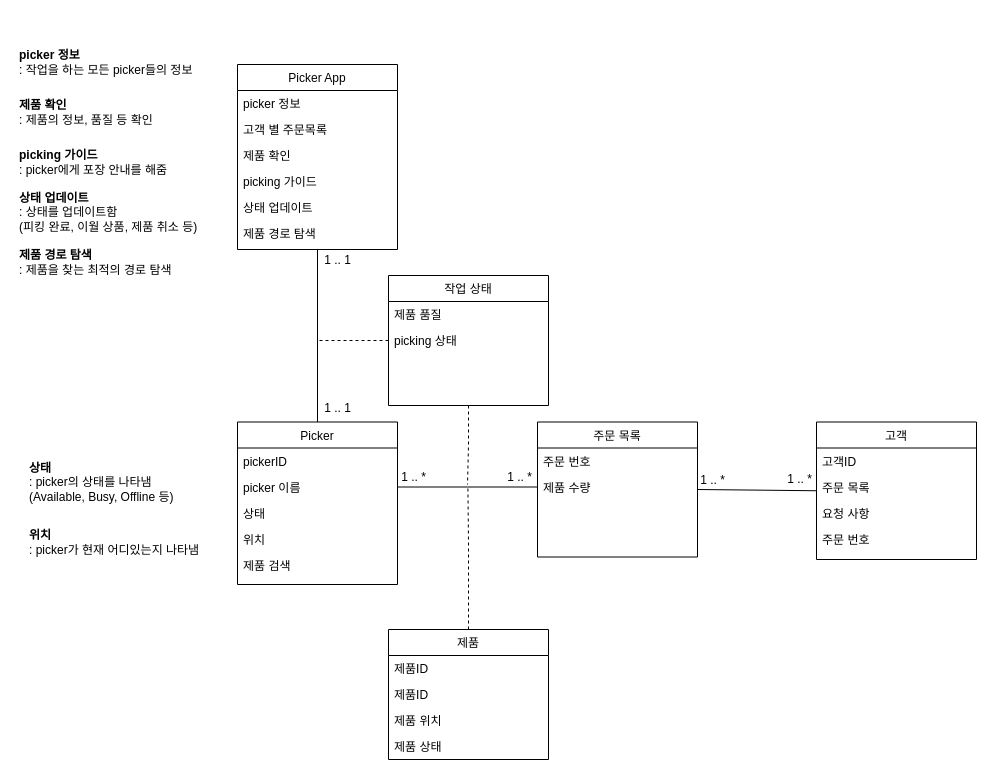
This is 시분설_6조_class_diagram.drawio from dbsrudrla/diagram, a draw.io file, before an edit. Source tidied: cells renumbered, new cells numbered last; positions are measured from the earlier drawing's top-left corner, leaving out a move shared by most shapes. Both pictures are drawn from the tidied source at 100%, with x=0, y=0 at pixel (17, 37).
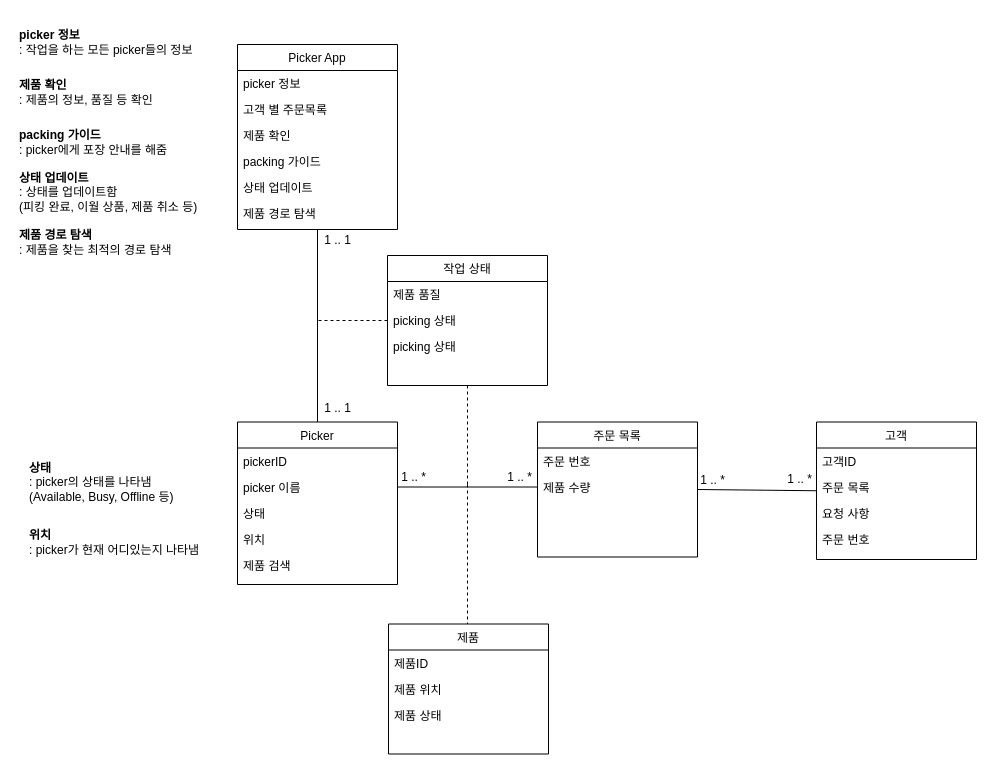
The same diagram, later.

Commit message:
시분설_6조_class_diagram.drawio 업데이트

The edit, as a diff of the source:
```diff
@@
     <mxCell id="10" value="Picker App" style="swimlane;fontStyle=0;align=center;verticalAlign=top;horizontal=1;startSize=26;rounded=0;shadow=0;strokeWidth=1;" parent="1" vertex="1">
-      <mxGeometry x="220" y="27" width="160" height="185" as="geometry" />
+      <mxGeometry x="220" y="7" width="160" height="185" as="geometry" />
     </mxCell>
@@
-    <mxCell id="14" value="picking 가이드" style="text;align=left;verticalAlign=top;spacingLeft=4;spacingRight=4;overflow=hidden;rounded=0;shadow=0;html=0;" parent="10" vertex="1">
+    <mxCell id="14" value="packing 가이드" style="text;align=left;verticalAlign=top;spacingLeft=4;spacingRight=4;overflow=hidden;rounded=0;shadow=0;html=0;" parent="10" vertex="1">
       <mxGeometry y="104" width="160" height="26" as="geometry" />
     </mxCell>
@@
     <mxCell id="17" value="&lt;b&gt;picker 정보&lt;/b&gt;&amp;nbsp;&lt;br&gt;: 작업을 하는 모든 picker들의 정보" style="text;html=1;strokeColor=none;fillColor=none;align=left;verticalAlign=middle;whiteSpace=wrap;rounded=0;" parent="1" vertex="1">
-      <mxGeometry width="201" height="50" as="geometry" />
+      <mxGeometry y="-20" width="201" height="50" as="geometry" />
     </mxCell>
@@
     <mxCell id="19" value="&lt;b&gt;제품 확인&lt;/b&gt;&amp;nbsp;&lt;br&gt;: 제품의 정보, 품질 등 확인" style="text;html=1;strokeColor=none;fillColor=none;align=left;verticalAlign=middle;whiteSpace=wrap;rounded=0;" parent="1" vertex="1">
-      <mxGeometry y="50" width="201" height="50" as="geometry" />
+      <mxGeometry y="30" width="201" height="50" as="geometry" />
     </mxCell>
-    <mxCell id="20" value="&lt;b&gt;picking 가이드&lt;/b&gt;&amp;nbsp;&lt;br&gt;: picker에게 포장 안내를 해줌" style="text;html=1;strokeColor=none;fillColor=none;align=left;verticalAlign=middle;whiteSpace=wrap;rounded=0;" parent="1" vertex="1">
-      <mxGeometry y="100" width="201" height="50" as="geometry" />
+    <mxCell id="20" value="&lt;b&gt;packing 가이드&lt;/b&gt;&amp;nbsp;&lt;br&gt;: picker에게 포장 안내를 해줌" style="text;html=1;strokeColor=none;fillColor=none;align=left;verticalAlign=middle;whiteSpace=wrap;rounded=0;" parent="1" vertex="1">
+      <mxGeometry y="80" width="201" height="50" as="geometry" />
     </mxCell>
+    <mxCell id="50" style="edgeStyle=orthogonalEdgeStyle;rounded=0;orthogonalLoop=1;jettySize=auto;html=1;entryX=0.5;entryY=0;entryDx=0;entryDy=0;endArrow=none;endFill=0;dashed=1;" parent="1" edge="1">
+      <mxGeometry relative="1" as="geometry">
+        <mxPoint x="450" y="447" as="sourcePoint" />
+        <mxPoint x="450" y="586.5" as="targetPoint" />
+      </mxGeometry>
+    </mxCell>
@@
     <mxCell id="24" style="edgeStyle=orthogonalEdgeStyle;rounded=0;jettySize=auto;html=1;exitX=0;exitY=0.5;exitDx=0;exitDy=0;dashed=1;endArrow=none;endFill=0;" parent="1" edge="1" source="26">
       <mxGeometry relative="1" as="geometry">
-        <mxPoint x="300" y="303" as="targetPoint" />
+        <mxPoint x="300" y="283" as="targetPoint" />
       </mxGeometry>
     </mxCell>
-    <mxCell id="25" style="edgeStyle=orthogonalEdgeStyle;rounded=0;jettySize=auto;html=1;exitX=0.5;exitY=1;exitDx=0;exitDy=0;dashed=1;endArrow=none;endFill=0;" parent="1" edge="1" source="26">
-      <mxGeometry relative="1" as="geometry">
-        <mxPoint x="450" y="447" as="targetPoint" />
-      </mxGeometry>
-    </mxCell>
+    <mxCell id="51" style="edgeStyle=orthogonalEdgeStyle;rounded=0;jettySize=auto;html=1;exitX=0.5;exitY=1;exitDx=0;exitDy=0;dashed=1;endArrow=none;endFill=0;" parent="1" edge="1" source="26">
+      <mxGeometry relative="1" as="geometry">
+        <mxPoint x="450" y="447" as="targetPoint" />
+      </mxGeometry>
+    </mxCell>
     <mxCell id="26" value="작업 상태" style="swimlane;fontStyle=0;align=center;verticalAlign=top;horizontal=1;startSize=26;rounded=0;shadow=0;strokeWidth=1;" parent="1" vertex="1">
-      <mxGeometry x="371" y="238" width="160" height="130" as="geometry" />
+      <mxGeometry x="370" y="218" width="160" height="130" as="geometry" />
     </mxCell>
@@
+    <mxCell id="52" value="picking 상태" style="text;align=left;verticalAlign=top;spacingLeft=4;spacingRight=4;overflow=hidden;rounded=0;shadow=0;html=0;" parent="26" vertex="1">
+      <mxGeometry y="52" width="160" height="26" as="geometry" />
+    </mxCell>
     <mxCell id="28" value="picking 상태" style="text;align=left;verticalAlign=top;spacingLeft=4;spacingRight=4;overflow=hidden;rounded=0;shadow=0;html=0;" parent="26" vertex="1">
-      <mxGeometry y="52" width="160" height="26" as="geometry" />
+      <mxGeometry y="78" width="160" height="26" as="geometry" />
     </mxCell>
@@
     <mxCell id="34" value="&lt;b&gt;상태 업데이트&lt;/b&gt;&lt;br&gt;: 상태를 업데이트함 &lt;br&gt;(피킹 완료, 이월 상품, 제품 취소 등)" style="text;html=1;strokeColor=none;fillColor=none;align=left;verticalAlign=middle;whiteSpace=wrap;rounded=0;" parent="1" vertex="1">
-      <mxGeometry y="150" width="201" height="50" as="geometry" />
+      <mxGeometry y="130" width="201" height="50" as="geometry" />
     </mxCell>
@@
-    <mxCell id="41" style="edgeStyle=orthogonalEdgeStyle;rounded=0;jettySize=auto;html=1;exitX=0.5;exitY=0;exitDx=0;exitDy=0;dashed=1;endArrow=none;endFill=0;" parent="1" edge="1" source="42">
-      <mxGeometry relative="1" as="geometry">
-        <mxPoint x="450.4" y="449" as="targetPoint" />
-        <Array as="points">
-          <mxPoint x="451" y="504" />
-          <mxPoint x="450" y="504" />
-        </Array>
-      </mxGeometry>
-    </mxCell>
     <mxCell id="42" value="제품" style="swimlane;fontStyle=0;align=center;verticalAlign=top;horizontal=1;startSize=26;rounded=0;shadow=0;strokeWidth=1;" parent="1" vertex="1">
-      <mxGeometry x="371" y="592" width="160" height="130" as="geometry" />
+      <mxGeometry x="371" y="586.5" width="160" height="130" as="geometry" />
     </mxCell>
@@
-    <mxCell id="44" value="제품ID" style="text;align=left;verticalAlign=top;spacingLeft=4;spacingRight=4;overflow=hidden;rounded=0;shadow=0;html=0;" parent="42" vertex="1">
-      <mxGeometry y="52" width="160" height="26" as="geometry" />
-    </mxCell>
     <mxCell id="45" value="제품 위치" style="text;align=left;verticalAlign=top;spacingLeft=4;spacingRight=4;overflow=hidden;rounded=0;shadow=0;html=0;" parent="42" vertex="1">
-      <mxGeometry y="78" width="160" height="26" as="geometry" />
+      <mxGeometry y="52" width="160" height="26" as="geometry" />
     </mxCell>
     <mxCell id="46" value="제품 상태" style="text;align=left;verticalAlign=top;spacingLeft=4;spacingRight=4;overflow=hidden;rounded=0;shadow=0;html=0;" parent="42" vertex="1">
-      <mxGeometry y="104" width="160" height="26" as="geometry" />
+      <mxGeometry y="78" width="160" height="26" as="geometry" />
     </mxCell>
     <mxCell id="47" value="1 .. 1" style="text;html=1;align=center;verticalAlign=middle;strokeColor=none;fillColor=none;" parent="1" vertex="1">
-      <mxGeometry x="295" y="208" width="50" height="30" as="geometry" />
+      <mxGeometry x="295" y="188" width="50" height="30" as="geometry" />
     </mxCell>
@@
     <mxCell id="49" value="&lt;b&gt;제품 경로 탐색&lt;/b&gt;&lt;br&gt;: 제품을 찾는 최적의 경로 탐색" style="text;html=1;strokeColor=none;fillColor=none;align=left;verticalAlign=middle;whiteSpace=wrap;rounded=0;" parent="1" vertex="1">
-      <mxGeometry y="200" width="201" height="50" as="geometry" />
+      <mxGeometry y="180" width="201" height="50" as="geometry" />
     </mxCell>
```
